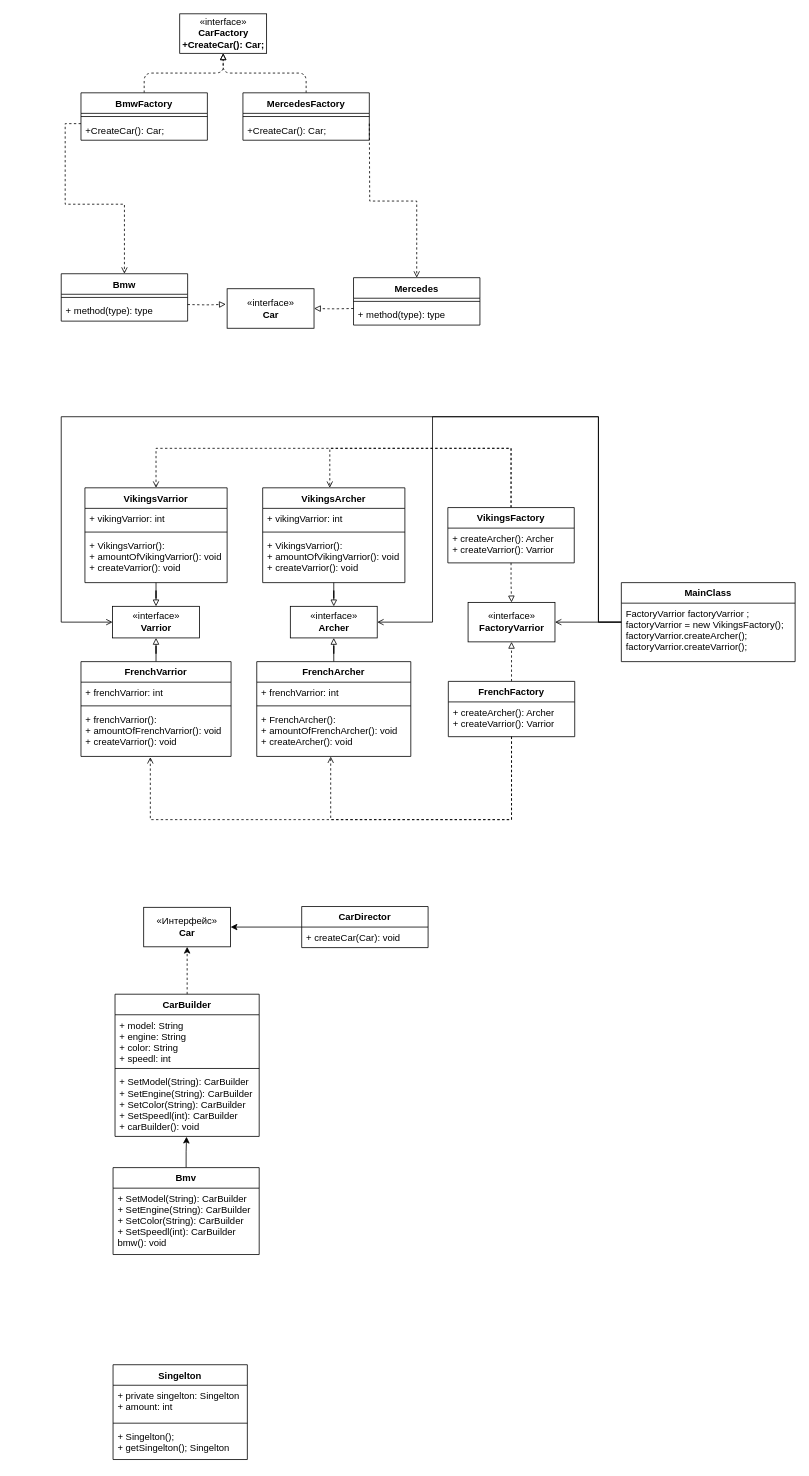
antonshikalyov/Diagram-patterns- keeps this draw.io diagram as Untitled Diagram.drawio. Above is the earlier version. Source tidied: cells renumbered, new cells numbered last; positions are measured from the earlier drawing's top-left corner, leaving out a move shared by most shapes. Both pictures are drawn from the tidied source at 79%, with x=0, y=0 at pixel (61, 13).
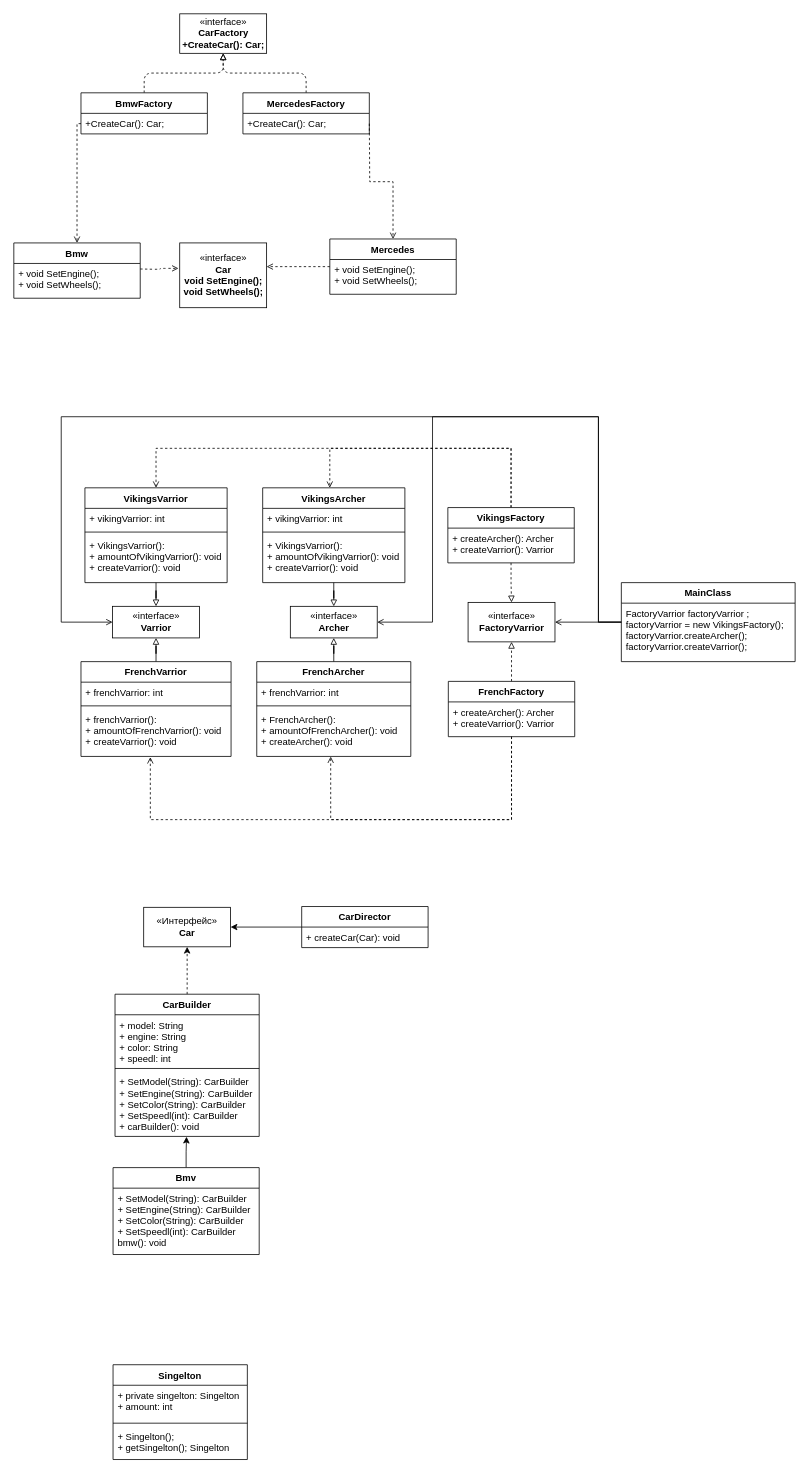
The same diagram, later.

Change to the diagram source:
```diff
@@
     <mxCell id="2" style="group;" parent="1" vertex="1">
-      <mxGeometry width="530" height="420" as="geometry" />
+      <mxGeometry width="560" height="430" as="geometry" />
     </mxCell>
@@
     <mxCell id="5" value="BmwFactory" style="swimlane;fontStyle=1;align=center;verticalAlign=top;horizontal=1;startSize=26;" parent="2" vertex="1">
-      <mxGeometry x="25" y="100" width="160" height="60" as="geometry" />
+      <mxGeometry x="25" y="100" width="160" height="52" as="geometry" />
     </mxCell>
-    <mxCell id="6" style="line;strokeWidth=1;fillColor=none;align=left;verticalAlign=middle;spacingTop=-1;spacingLeft=3;spacingRight=3;labelPosition=right;" parent="5" vertex="1">
-      <mxGeometry y="26" width="160" height="8" as="geometry" />
-    </mxCell>
     <mxCell id="7" value="+CreateCar(): Car;" style="text;strokeColor=none;fillColor=none;align=left;verticalAlign=top;spacingLeft=4;spacingRight=4;overflow=hidden;" parent="5" vertex="1">
-      <mxGeometry y="34" width="160" height="26" as="geometry" />
+      <mxGeometry y="26" width="160" height="26" as="geometry" />
     </mxCell>
@@
     <mxCell id="9" value="MercedesFactory" style="swimlane;fontStyle=1;align=center;verticalAlign=top;horizontal=1;startSize=26;" parent="2" vertex="1">
-      <mxGeometry x="230" y="100" width="160" height="60" as="geometry" />
+      <mxGeometry x="230" y="100" width="160" height="52" as="geometry" />
     </mxCell>
-    <mxCell id="10" style="line;strokeWidth=1;fillColor=none;align=left;verticalAlign=middle;spacingTop=-1;spacingLeft=3;spacingRight=3;labelPosition=right;" parent="9" vertex="1">
-      <mxGeometry y="26" width="160" height="8" as="geometry" />
-    </mxCell>
     <mxCell id="11" value="+CreateCar(): Car;" style="text;strokeColor=none;fillColor=none;align=left;verticalAlign=top;spacingLeft=4;spacingRight=4;overflow=hidden;" parent="9" vertex="1">
-      <mxGeometry y="34" width="160" height="26" as="geometry" />
+      <mxGeometry y="26" width="160" height="26" as="geometry" />
     </mxCell>
     <mxCell id="12" value="Bmw" style="swimlane;fontStyle=1;align=center;verticalAlign=top;horizontal=1;startSize=26;" parent="2" vertex="1">
-      <mxGeometry y="329" width="160" height="60" as="geometry" />
+      <mxGeometry x="-60" y="290" width="160" height="70" as="geometry" />
     </mxCell>
-    <mxCell id="13" style="line;strokeWidth=1;fillColor=none;align=left;verticalAlign=middle;spacingTop=-1;spacingLeft=3;spacingRight=3;labelPosition=right;" parent="12" vertex="1">
-      <mxGeometry y="26" width="160" height="8" as="geometry" />
-    </mxCell>
-    <mxCell id="14" value="+ method(type): type" style="text;strokeColor=none;fillColor=none;align=left;verticalAlign=top;spacingLeft=4;spacingRight=4;overflow=hidden;" parent="12" vertex="1">
-      <mxGeometry y="34" width="160" height="26" as="geometry" />
+    <mxCell id="14" value="+ void SetEngine();&#10;+ void SetWheels();" style="text;strokeColor=none;fillColor=none;align=left;verticalAlign=top;spacingLeft=4;spacingRight=4;overflow=hidden;" parent="12" vertex="1">
+      <mxGeometry y="26" width="160" height="44" as="geometry" />
     </mxCell>
-    <mxCell id="15" value="Mercedes" style="swimlane;fontStyle=1;align=center;verticalAlign=top;horizontal=1;startSize=26;" parent="2" vertex="1">
-      <mxGeometry x="370" y="334" width="160" height="60" as="geometry" />
-    </mxCell>
-    <mxCell id="16" style="line;strokeWidth=1;fillColor=none;align=left;verticalAlign=middle;spacingTop=-1;spacingLeft=3;spacingRight=3;labelPosition=right;" parent="15" vertex="1">
-      <mxGeometry y="26" width="160" height="8" as="geometry" />
-    </mxCell>
-    <mxCell id="17" value="+ method(type): type" style="text;strokeColor=none;fillColor=none;align=left;verticalAlign=top;spacingLeft=4;spacingRight=4;overflow=hidden;" parent="15" vertex="1">
-      <mxGeometry y="34" width="160" height="26" as="geometry" />
-    </mxCell>
-    <mxCell id="18" value="«interface»&lt;br&gt;&lt;b&gt;Car&lt;/b&gt;" style="html=1;" parent="2" vertex="1">
-      <mxGeometry x="210" y="348" width="110" height="50" as="geometry" />
+    <mxCell id="18" value="«interface»&lt;br&gt;&lt;b&gt;Car&lt;br&gt;void SetEngine();&lt;br&gt;&lt;/b&gt;&lt;b&gt;void SetWheels();&lt;br&gt;&lt;/b&gt;" style="html=1;" parent="2" vertex="1">
+      <mxGeometry x="150" y="290" width="110" height="82" as="geometry" />
     </mxCell>
-    <mxCell id="19" style="edgeStyle=orthogonalEdgeStyle;rounded=1;jettySize=auto;html=1;entryX=-0.015;entryY=0.393;entryDx=0;entryDy=0;entryPerimeter=0;dashed=1;endArrow=block;endFill=0;" parent="2" edge="1" target="18">
+    <mxCell id="19" style="edgeStyle=orthogonalEdgeStyle;rounded=1;jettySize=auto;html=1;entryX=-0.015;entryY=0.393;entryDx=0;entryDy=0;entryPerimeter=0;dashed=1;endArrow=open;endFill=0;" parent="2" edge="1" target="18">
       <mxGeometry relative="1" as="geometry">
-        <mxPoint x="160" y="368" as="sourcePoint" />
+        <mxPoint x="100" y="323" as="sourcePoint" />
       </mxGeometry>
     </mxCell>
-    <mxCell id="20" style="edgeStyle=orthogonalEdgeStyle;rounded=1;jettySize=auto;html=1;entryX=1;entryY=0.5;entryDx=0;entryDy=0;dashed=1;endArrow=block;endFill=0;" parent="2" edge="1" target="18">
-      <mxGeometry relative="1" as="geometry">
-        <mxPoint x="370" y="373" as="sourcePoint" />
-      </mxGeometry>
-    </mxCell>
@@
-    <mxCell id="22" style="edgeStyle=orthogonalEdgeStyle;rounded=0;jettySize=auto;html=1;dashed=1;endArrow=open;endFill=0;" parent="2" edge="1" target="12">
+    <mxCell id="22" style="edgeStyle=orthogonalEdgeStyle;rounded=0;jettySize=auto;html=1;dashed=1;endArrow=open;endFill=0;entryX=0.5;entryY=0;entryDx=0;entryDy=0;" parent="2" edge="1" target="12">
       <mxGeometry relative="1" as="geometry">
         <mxPoint x="25" y="139" as="sourcePoint" />
         <Array as="points">
-          <mxPoint x="5" y="139" />
-          <mxPoint x="5" y="241" />
-          <mxPoint x="80" y="241" />
+          <mxPoint x="20" y="139" />
         </Array>
       </mxGeometry>
     </mxCell>
+    <mxCell id="15" value="Mercedes" style="swimlane;fontStyle=1;align=center;verticalAlign=top;horizontal=1;startSize=26;" parent="2" vertex="1">
+      <mxGeometry x="340" y="285" width="160" height="70" as="geometry" />
+    </mxCell>
+    <mxCell id="17" value="+ void SetEngine();&#10;+ void SetWheels();" style="text;strokeColor=none;fillColor=none;align=left;verticalAlign=top;spacingLeft=4;spacingRight=4;overflow=hidden;" parent="15" vertex="1">
+      <mxGeometry y="26" width="160" height="44" as="geometry" />
+    </mxCell>
@@
+    <mxCell id="79" style="edgeStyle=orthogonalEdgeStyle;rounded=0;jettySize=auto;html=1;dashed=1;endArrow=open;endFill=0;" parent="1" edge="1" source="15">
+      <mxGeometry relative="1" as="geometry">
+        <mxPoint x="260" y="320" as="targetPoint" />
+      </mxGeometry>
+    </mxCell>
```
